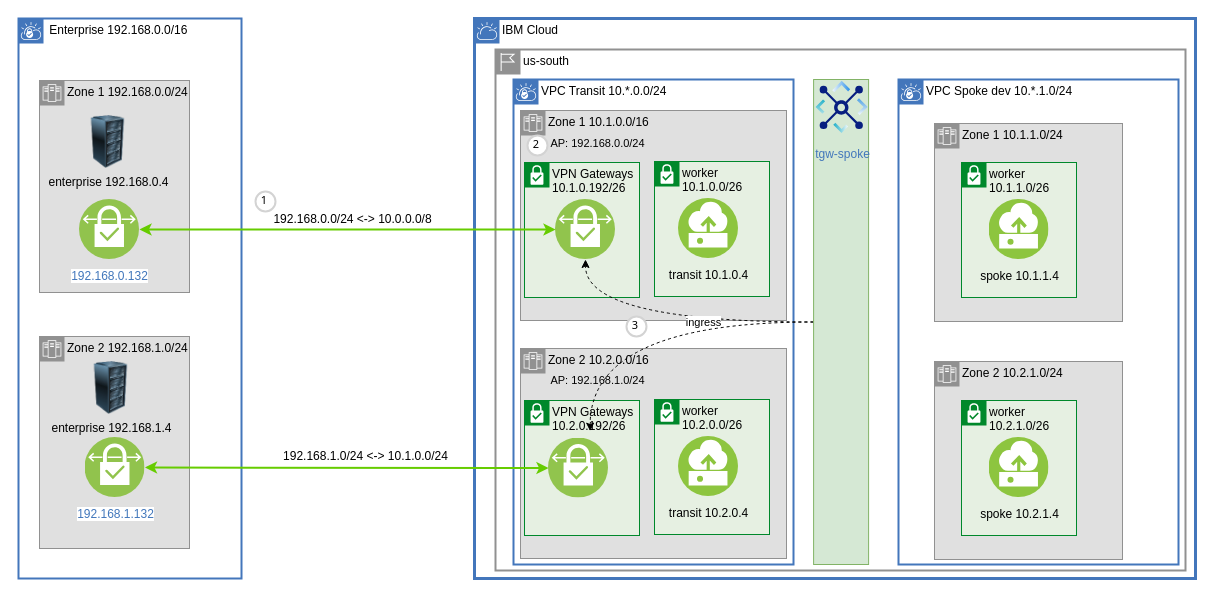
Earlier version of the draw.io diagram page "vpn-zones" (2 of 22) of images/vpc-transit.drawio (IBM-Cloud/vpc-transit). Source tidied: cells renumbered, new cells numbered last; positions are measured from the earlier drawing's top-left corner, leaving out a move shared by most shapes. Both pictures are drawn from the tidied source at 100%, with x=0, y=0 at pixel (18, 18).
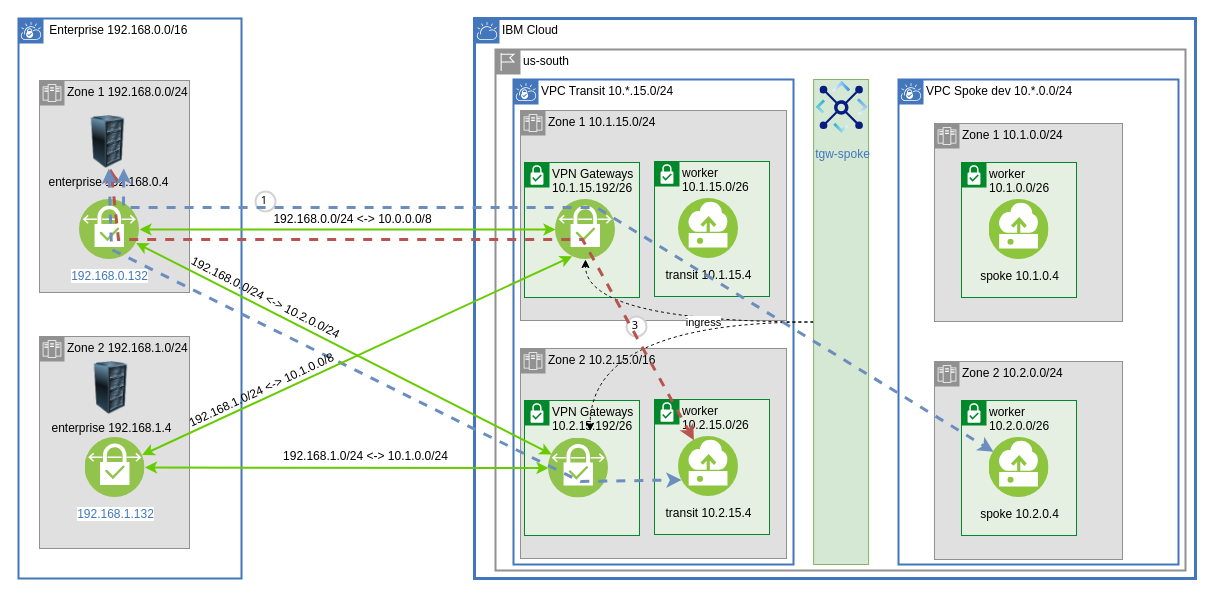
The same diagram, later.

Unchanged cells that the change refers to:
```xml
<mxCell id="7" value="192.168.0.132" style="image;perimeter=ellipsePerimeter;html=1;align=center;shadow=0;dashed=0;fontColor=#4277BB;labelBackgroundColor=default;fontSize=12;spacingTop=3;image=img/lib/ibm/vpc/VPNConnection.svg;" parent="1" vertex="1">
  <mxGeometry x="61" y="181" width="60" height="60" as="geometry" />
</mxCell>
<mxCell id="26" value="192.168.1.132" style="image;perimeter=ellipsePerimeter;html=1;align=center;shadow=0;dashed=0;fontColor=#4277BB;labelBackgroundColor=default;fontSize=12;spacingTop=3;image=img/lib/ibm/vpc/VPNConnection.svg;" parent="1" vertex="1">
  <mxGeometry x="66.5" y="419" width="60" height="60" as="geometry" />
</mxCell>
<mxCell id="27" value="enterprise 192.168.0.4" style="image;html=1;image=img/lib/clip_art/computers/Server_Rack_128x128.png;noLabel=0;labelBackgroundColor=none;" parent="1" vertex="1">
  <mxGeometry x="58" y="97" width="63" height="53" as="geometry" />
</mxCell>
<mxCell id="28" style="image;perimeter=ellipsePerimeter;html=1;align=center;shadow=0;dashed=0;fontColor=#4277BB;labelBackgroundColor=default;fontSize=12;spacingTop=3;image=img/lib/ibm/vpc/VPNConnection.svg;" parent="1" vertex="1">
  <mxGeometry x="537" y="181" width="60" height="60" as="geometry" />
</mxCell>
<mxCell id="29" style="image;perimeter=ellipsePerimeter;html=1;align=center;shadow=0;dashed=0;fontColor=#4277BB;labelBackgroundColor=default;fontSize=12;spacingTop=3;image=img/lib/ibm/vpc/VPNConnection.svg;" parent="1" vertex="1">
  <mxGeometry x="530" y="419.5" width="60" height="60" as="geometry" />
</mxCell>
```

The edit, as a diff of the source:
```diff
@@
-    <mxCell id="4" value="VPC Transit 10.*.0.0/24" style="shape=mxgraph.ibm.box;prType=vpc;fontStyle=0;verticalAlign=top;align=left;spacingLeft=32;spacingTop=4;fillColor=none;rounded=0;whiteSpace=wrap;html=1;strokeColor=#4376BB;strokeWidth=2;dashed=0;spacing=-4;" parent="1" vertex="1">
+    <mxCell id="4" value="VPC Transit 10.*.15.0/24" style="shape=mxgraph.ibm.box;prType=vpc;fontStyle=0;verticalAlign=top;align=left;spacingLeft=32;spacingTop=4;fillColor=none;rounded=0;whiteSpace=wrap;html=1;strokeColor=#4376BB;strokeWidth=2;dashed=0;spacing=-4;" parent="1" vertex="1">
       <mxGeometry x="495" y="61" width="280" height="485" as="geometry" />
     </mxCell>
@@
-    <mxCell id="9" value="Zone 2 10.2.0.0/16&lt;br&gt;&amp;nbsp; &amp;nbsp; &amp;nbsp; &amp;nbsp; &amp;nbsp;" style="shape=mxgraph.ibm.box;prType=zone;fontStyle=0;verticalAlign=top;align=left;spacingLeft=32;spacingTop=4;fillColor=#E0E0E0;rounded=0;whiteSpace=wrap;html=1;strokeColor=#919191;strokeWidth=1;dashed=0;spacing=-4;" parent="1" vertex="1">
+    <mxCell id="9" value="Zone 2 10.2.15.0/16" style="shape=mxgraph.ibm.box;prType=zone;fontStyle=0;verticalAlign=top;align=left;spacingLeft=32;spacingTop=4;fillColor=#E0E0E0;rounded=0;whiteSpace=wrap;html=1;strokeColor=#919191;strokeWidth=1;dashed=0;spacing=-4;" parent="1" vertex="1">
       <mxGeometry x="502" y="330" width="266" height="210" as="geometry" />
     </mxCell>
-    <mxCell id="10" value="worker 10.2.0.0/26" style="shape=mxgraph.ibm.box;prType=subnet;fontStyle=0;verticalAlign=top;align=left;spacingLeft=32;spacingTop=4;fillColor=#E6F0E2;rounded=0;whiteSpace=wrap;html=1;strokeColor=#00882B;strokeWidth=1;dashed=0;spacing=-4;flipV=0;" parent="1" vertex="1">
+    <mxCell id="10" value="worker 10.2.15.0/26" style="shape=mxgraph.ibm.box;prType=subnet;fontStyle=0;verticalAlign=top;align=left;spacingLeft=32;spacingTop=4;fillColor=#E6F0E2;rounded=0;whiteSpace=wrap;html=1;strokeColor=#00882B;strokeWidth=1;dashed=0;spacing=-4;flipV=0;" parent="1" vertex="1">
       <mxGeometry x="636" y="381" width="115" height="135" as="geometry" />
     </mxCell>
-    <mxCell id="11" value="&lt;span style=&quot;font-weight: normal&quot;&gt;VPC Spoke dev 10.*.1.0/24&lt;/span&gt;" style="shape=mxgraph.ibm.box;prType=vpc;fontStyle=1;verticalAlign=top;align=left;spacingLeft=32;spacingTop=4;fillColor=none;rounded=0;whiteSpace=wrap;html=1;strokeColor=#4376BB;strokeWidth=2;dashed=0;spacing=-4;" parent="1" vertex="1">
+    <mxCell id="11" value="&lt;span style=&quot;font-weight: normal&quot;&gt;VPC Spoke dev 10.*.0.0/24&lt;/span&gt;" style="shape=mxgraph.ibm.box;prType=vpc;fontStyle=1;verticalAlign=top;align=left;spacingLeft=32;spacingTop=4;fillColor=none;rounded=0;whiteSpace=wrap;html=1;strokeColor=#4376BB;strokeWidth=2;dashed=0;spacing=-4;" parent="1" vertex="1">
       <mxGeometry x="880" y="61" width="280" height="485" as="geometry" />
     </mxCell>
-    <mxCell id="12" value="Zone 1 10.1.1.0/24" style="shape=mxgraph.ibm.box;prType=zone;fontStyle=0;verticalAlign=top;align=left;spacingLeft=32;spacingTop=4;fillColor=#E0E0E0;rounded=0;whiteSpace=wrap;html=1;strokeColor=#919191;strokeWidth=1;dashed=0;spacing=-4;" parent="1" vertex="1">
+    <mxCell id="12" value="Zone 1 10.1.0.0/24" style="shape=mxgraph.ibm.box;prType=zone;fontStyle=0;verticalAlign=top;align=left;spacingLeft=32;spacingTop=4;fillColor=#E0E0E0;rounded=0;whiteSpace=wrap;html=1;strokeColor=#919191;strokeWidth=1;dashed=0;spacing=-4;" parent="1" vertex="1">
       <mxGeometry x="916" y="105" width="188" height="198" as="geometry" />
     </mxCell>
-    <mxCell id="13" value="Zone 1 10.1.0.0/16&lt;br&gt;&amp;nbsp; &amp;nbsp; &amp;nbsp;&amp;nbsp;" style="shape=mxgraph.ibm.box;prType=zone;fontStyle=0;verticalAlign=top;align=left;spacingLeft=32;spacingTop=4;fillColor=#E0E0E0;rounded=0;whiteSpace=wrap;html=1;strokeColor=#919191;strokeWidth=1;dashed=0;spacing=-4;" parent="1" vertex="1">
+    <mxCell id="13" value="Zone 1 10.1.15.0/24" style="shape=mxgraph.ibm.box;prType=zone;fontStyle=0;verticalAlign=top;align=left;spacingLeft=32;spacingTop=4;fillColor=#E0E0E0;rounded=0;whiteSpace=wrap;html=1;strokeColor=#919191;strokeWidth=1;dashed=0;spacing=-4;" parent="1" vertex="1">
       <mxGeometry x="502" y="92" width="266" height="210" as="geometry" />
     </mxCell>
-    <mxCell id="14" value="VPN Gateways&lt;br&gt;10.1.0.192/26" style="shape=mxgraph.ibm.box;prType=subnet;fontStyle=0;verticalAlign=top;align=left;spacingLeft=32;spacingTop=4;fillColor=#E6F0E2;rounded=0;whiteSpace=wrap;html=1;strokeColor=#00882B;strokeWidth=1;dashed=0;spacing=-4;flipV=0;" parent="1" vertex="1">
+    <mxCell id="14" value="VPN Gateways&lt;br&gt;10.1.15.192/26" style="shape=mxgraph.ibm.box;prType=subnet;fontStyle=0;verticalAlign=top;align=left;spacingLeft=32;spacingTop=4;fillColor=#E6F0E2;rounded=0;whiteSpace=wrap;html=1;strokeColor=#00882B;strokeWidth=1;dashed=0;spacing=-4;flipV=0;" parent="1" vertex="1">
       <mxGeometry x="506" y="144" width="115" height="135" as="geometry" />
     </mxCell>
-    <mxCell id="15" value="worker 10.1.1.0/26" style="shape=mxgraph.ibm.box;prType=subnet;fontStyle=0;verticalAlign=top;align=left;spacingLeft=32;spacingTop=4;fillColor=#E6F0E2;rounded=0;whiteSpace=wrap;html=1;strokeColor=#00882B;strokeWidth=1;dashed=0;spacing=-4;" parent="1" vertex="1">
+    <mxCell id="15" value="worker 10.1.0.0/26" style="shape=mxgraph.ibm.box;prType=subnet;fontStyle=0;verticalAlign=top;align=left;spacingLeft=32;spacingTop=4;fillColor=#E6F0E2;rounded=0;whiteSpace=wrap;html=1;strokeColor=#00882B;strokeWidth=1;dashed=0;spacing=-4;" parent="1" vertex="1">
       <mxGeometry x="943" y="144" width="115" height="135" as="geometry" />
     </mxCell>
-    <mxCell id="16" value="spoke 10.1.1.4" style="perimeter=ellipsePerimeter;html=1;align=center;shadow=0;dashed=0;fontColor=black;fontSize=12;spacingTop=3;image;image=img/lib/ibm/vpc/Instance.svg;overflow=visible;noLabel=0;labelBackgroundColor=none;" parent="1" vertex="1">
+    <mxCell id="16" value="spoke 10.1.0.4" style="perimeter=ellipsePerimeter;html=1;align=center;shadow=0;dashed=0;fontColor=black;fontSize=12;spacingTop=3;image;image=img/lib/ibm/vpc/Instance.svg;overflow=visible;noLabel=0;labelBackgroundColor=none;" parent="1" vertex="1">
       <mxGeometry x="970.5" y="181" width="60" height="60" as="geometry" />
     </mxCell>
-    <mxCell id="17" value="Zone 2 10.2.1.0/24" style="shape=mxgraph.ibm.box;prType=zone;fontStyle=0;verticalAlign=top;align=left;spacingLeft=32;spacingTop=4;fillColor=#E0E0E0;rounded=0;whiteSpace=wrap;html=1;strokeColor=#919191;strokeWidth=1;dashed=0;spacing=-4;" parent="1" vertex="1">
+    <mxCell id="17" value="Zone 2 10.2.0.0/24" style="shape=mxgraph.ibm.box;prType=zone;fontStyle=0;verticalAlign=top;align=left;spacingLeft=32;spacingTop=4;fillColor=#E0E0E0;rounded=0;whiteSpace=wrap;html=1;strokeColor=#919191;strokeWidth=1;dashed=0;spacing=-4;" parent="1" vertex="1">
       <mxGeometry x="916" y="343" width="188" height="198" as="geometry" />
     </mxCell>
-    <mxCell id="18" value="VPN Gateways&lt;br&gt;10.2.0.192/26" style="shape=mxgraph.ibm.box;prType=subnet;fontStyle=0;verticalAlign=top;align=left;spacingLeft=32;spacingTop=4;fillColor=#E6F0E2;rounded=0;whiteSpace=wrap;html=1;strokeColor=#00882B;strokeWidth=1;dashed=0;spacing=-4;flipV=0;" parent="1" vertex="1">
+    <mxCell id="18" value="VPN Gateways&lt;br&gt;10.2.15.192/26" style="shape=mxgraph.ibm.box;prType=subnet;fontStyle=0;verticalAlign=top;align=left;spacingLeft=32;spacingTop=4;fillColor=#E6F0E2;rounded=0;whiteSpace=wrap;html=1;strokeColor=#00882B;strokeWidth=1;dashed=0;spacing=-4;flipV=0;" parent="1" vertex="1">
       <mxGeometry x="506" y="382" width="115" height="135" as="geometry" />
     </mxCell>
-    <mxCell id="19" value="worker 10.2.1.0/26" style="shape=mxgraph.ibm.box;prType=subnet;fontStyle=0;verticalAlign=top;align=left;spacingLeft=32;spacingTop=4;fillColor=#E6F0E2;rounded=0;whiteSpace=wrap;html=1;strokeColor=#00882B;strokeWidth=1;dashed=0;spacing=-4;" parent="1" vertex="1">
+    <mxCell id="19" value="worker 10.2.0.0/26" style="shape=mxgraph.ibm.box;prType=subnet;fontStyle=0;verticalAlign=top;align=left;spacingLeft=32;spacingTop=4;fillColor=#E6F0E2;rounded=0;whiteSpace=wrap;html=1;strokeColor=#00882B;strokeWidth=1;dashed=0;spacing=-4;" parent="1" vertex="1">
       <mxGeometry x="943" y="382" width="115" height="135" as="geometry" />
     </mxCell>
-    <mxCell id="20" value="spoke 10.2.1.4" style="perimeter=ellipsePerimeter;html=1;align=center;shadow=0;dashed=0;fontColor=black;fontSize=12;spacingTop=3;image;image=img/lib/ibm/vpc/Instance.svg;overflow=visible;noLabel=0;labelBackgroundColor=none;" parent="1" vertex="1">
+    <mxCell id="20" value="spoke 10.2.0.4" style="perimeter=ellipsePerimeter;html=1;align=center;shadow=0;dashed=0;fontColor=black;fontSize=12;spacingTop=3;image;image=img/lib/ibm/vpc/Instance.svg;overflow=visible;noLabel=0;labelBackgroundColor=none;" parent="1" vertex="1">
       <mxGeometry x="970.5" y="419" width="60" height="60" as="geometry" />
     </mxCell>
@@
-    <mxCell id="30" value="worker 10.1.0.0/26" style="shape=mxgraph.ibm.box;prType=subnet;fontStyle=0;verticalAlign=top;align=left;spacingLeft=32;spacingTop=4;fillColor=#E6F0E2;rounded=0;whiteSpace=wrap;html=1;strokeColor=#00882B;strokeWidth=1;dashed=0;spacing=-4;flipV=0;" parent="1" vertex="1">
+    <mxCell id="30" value="worker 10.1.15.0/26" style="shape=mxgraph.ibm.box;prType=subnet;fontStyle=0;verticalAlign=top;align=left;spacingLeft=32;spacingTop=4;fillColor=#E6F0E2;rounded=0;whiteSpace=wrap;html=1;strokeColor=#00882B;strokeWidth=1;dashed=0;spacing=-4;flipV=0;" parent="1" vertex="1">
       <mxGeometry x="636" y="143" width="115" height="135" as="geometry" />
     </mxCell>
-    <mxCell id="31" value="transit 10.2.0.4" style="perimeter=ellipsePerimeter;html=1;align=center;shadow=0;dashed=0;fontColor=black;fontSize=12;spacingTop=3;image;image=img/lib/ibm/vpc/Instance.svg;labelBackgroundColor=none;" parent="1" vertex="1">
+    <mxCell id="31" value="transit 10.2.15.4" style="perimeter=ellipsePerimeter;html=1;align=center;shadow=0;dashed=0;fontColor=black;fontSize=12;spacingTop=3;image;image=img/lib/ibm/vpc/Instance.svg;labelBackgroundColor=none;" parent="1" vertex="1">
       <mxGeometry x="660" y="418" width="60" height="60" as="geometry" />
     </mxCell>
-    <mxCell id="32" value="transit 10.1.0.4" style="perimeter=ellipsePerimeter;html=1;align=center;shadow=0;dashed=0;fontColor=black;fontSize=12;spacingTop=3;image;image=img/lib/ibm/vpc/Instance.svg;labelBackgroundColor=none;" parent="1" vertex="1">
+    <mxCell id="32" value="transit 10.1.15.4" style="perimeter=ellipsePerimeter;html=1;align=center;shadow=0;dashed=0;fontColor=black;fontSize=12;spacingTop=3;image;image=img/lib/ibm/vpc/Instance.svg;labelBackgroundColor=none;" parent="1" vertex="1">
       <mxGeometry x="660" y="180" width="60" height="60" as="geometry" />
     </mxCell>
@@
-    <mxCell id="37" value="AP: 192.168.1.0/24" style="text;html=1;align=center;verticalAlign=middle;strokeColor=none;fillColor=none;fontSize=11;fontFamily=Helvetica;fontColor=default;" parent="1" vertex="1">
-      <mxGeometry x="523" y="349" width="112" height="25" as="geometry" />
-    </mxCell>
-    <mxCell id="38" value="AP: 192.168.0.0/24" style="text;html=1;align=center;verticalAlign=middle;strokeColor=none;fillColor=none;fontSize=11;fontFamily=Helvetica;fontColor=default;" parent="1" vertex="1">
-      <mxGeometry x="523" y="112" width="112" height="25" as="geometry" />
-    </mxCell>
@@
-    <mxCell id="41" value="2" style="ellipse;whiteSpace=wrap;html=1;strokeWidth=2;fontFamily=Tahoma;spacingBottom=4;spacingRight=2;strokeColor=#d3d3d3;fontSize=11;fontColor=default;" parent="39" vertex="1">
-      <mxGeometry x="509" y="117" width="20" height="20" as="geometry" />
-    </mxCell>
@@
+    <mxCell id="43" parent="0" />
+    <mxCell id="44" style="edgeStyle=none;shape=connector;rounded=0;jettySize=auto;html=1;dashed=1;labelBackgroundColor=default;strokeColor=#b85450;strokeWidth=3;fontFamily=Helvetica;fontSize=11;fontColor=default;startArrow=classic;startFill=1;endArrow=classic;fillColor=#f8cecc;" parent="43" edge="1" source="27" target="31">
+      <mxGeometry relative="1" as="geometry">
+        <Array as="points">
+          <mxPoint x="100" y="221" />
+          <mxPoint x="564" y="221" />
+        </Array>
+      </mxGeometry>
+    </mxCell>
+    <mxCell id="45" style="edgeStyle=none;shape=connector;rounded=0;jettySize=auto;html=1;entryX=0;entryY=0.75;entryDx=0;entryDy=0;dashed=1;labelBackgroundColor=default;strokeColor=#6c8ebf;strokeWidth=3;fontFamily=Helvetica;fontSize=11;fontColor=default;startArrow=classic;startFill=1;endArrow=classic;fillColor=#dae8fc;" parent="43" edge="1" source="27" target="31">
+      <mxGeometry relative="1" as="geometry">
+        <Array as="points">
+          <mxPoint x="93" y="231" />
+          <mxPoint x="562" y="463" />
+        </Array>
+      </mxGeometry>
+    </mxCell>
+    <mxCell id="46" parent="0" />
+    <mxCell id="47" style="rounded=0;jettySize=auto;html=1;dashed=1;fillColor=#dae8fc;strokeColor=#6c8ebf;strokeWidth=3;exitX=0.75;exitY=1;exitDx=0;exitDy=0;startArrow=classic;startFill=1;" parent="46" edge="1" source="27" target="20">
+      <mxGeometry relative="1" as="geometry">
+        <Array as="points">
+          <mxPoint x="105" y="189" />
+          <mxPoint x="578" y="189" />
+        </Array>
+      </mxGeometry>
+    </mxCell>
+    <mxCell id="48" parent="0" />
+    <mxCell id="49" style="shape=connector;rounded=0;orthogonalLoop=1;jettySize=auto;html=1;entryX=1;entryY=0.75;entryDx=0;entryDy=0;labelBackgroundColor=default;strokeColor=#b85450;strokeWidth=2;fontFamily=Helvetica;fontSize=11;fontColor=default;startArrow=none;startFill=0;endArrow=classic;endFill=1;fillColor=#f8cecc;" parent="48" edge="1">
+      <mxGeometry relative="1" as="geometry">
+        <mxPoint x="248.8" y="-1160.6" as="targetPoint" />
+        <Array as="points">
+          <mxPoint x="563" y="-1165" />
+        </Array>
+      </mxGeometry>
+    </mxCell>
+    <mxCell id="50" style="shape=connector;rounded=0;orthogonalLoop=1;jettySize=auto;html=1;entryX=0;entryY=0.25;entryDx=0;entryDy=0;labelBackgroundColor=default;strokeColor=#b85450;strokeWidth=4;fontFamily=Helvetica;fontSize=11;fontColor=default;startArrow=none;startFill=0;endArrow=classic;endFill=1;fillColor=#f8cecc;exitX=0.143;exitY=0.962;exitDx=0;exitDy=0;exitPerimeter=0;" parent="48" edge="1">
+      <mxGeometry relative="1" as="geometry">
+        <mxPoint x="198" y="-1237" as="sourcePoint" />
+        <Array as="points">
+          <mxPoint x="230" y="-949" />
+          <mxPoint x="431" y="-949" />
+        </Array>
+      </mxGeometry>
+    </mxCell>
+    <mxCell id="51" style="edgeStyle=none;shape=connector;rounded=0;jettySize=auto;html=1;entryX=0.25;entryY=1;entryDx=0;entryDy=0;labelBackgroundColor=default;strokeColor=#66CC00;strokeWidth=2;fontFamily=Helvetica;fontSize=11;fontColor=default;startArrow=classic;startFill=1;endArrow=classic;endFill=1;fillColor=#d5e8d4;" parent="48" edge="1" source="26" target="28">
+      <mxGeometry relative="1" as="geometry" />
+    </mxCell>
+    <mxCell id="52" value="192.168.1.0/24 &amp;lt;-&amp;gt; 10.1.0.0/8" style="text;html=1;align=center;verticalAlign=middle;strokeColor=none;fillColor=none;rotation=-25;" parent="48" vertex="1">
+      <mxGeometry x="155" y="359" width="176" height="26" as="geometry" />
+    </mxCell>
+    <mxCell id="53" value="192.168.0.0/24 &amp;lt;-&amp;gt; 10.2.0.0/24" style="text;html=1;align=center;verticalAlign=middle;strokeColor=none;fillColor=none;rotation=27;" parent="48" vertex="1">
+      <mxGeometry x="155" y="266" width="183" height="26" as="geometry" />
+    </mxCell>
+    <mxCell id="54" style="edgeStyle=none;shape=connector;rounded=0;jettySize=auto;html=1;labelBackgroundColor=default;strokeColor=#66CC00;strokeWidth=2;fontFamily=Helvetica;fontSize=11;fontColor=default;startArrow=classic;startFill=1;endArrow=classic;endFill=1;fillColor=#d5e8d4;" parent="48" edge="1" source="7" target="29">
+      <mxGeometry relative="1" as="geometry" />
+    </mxCell>
```
